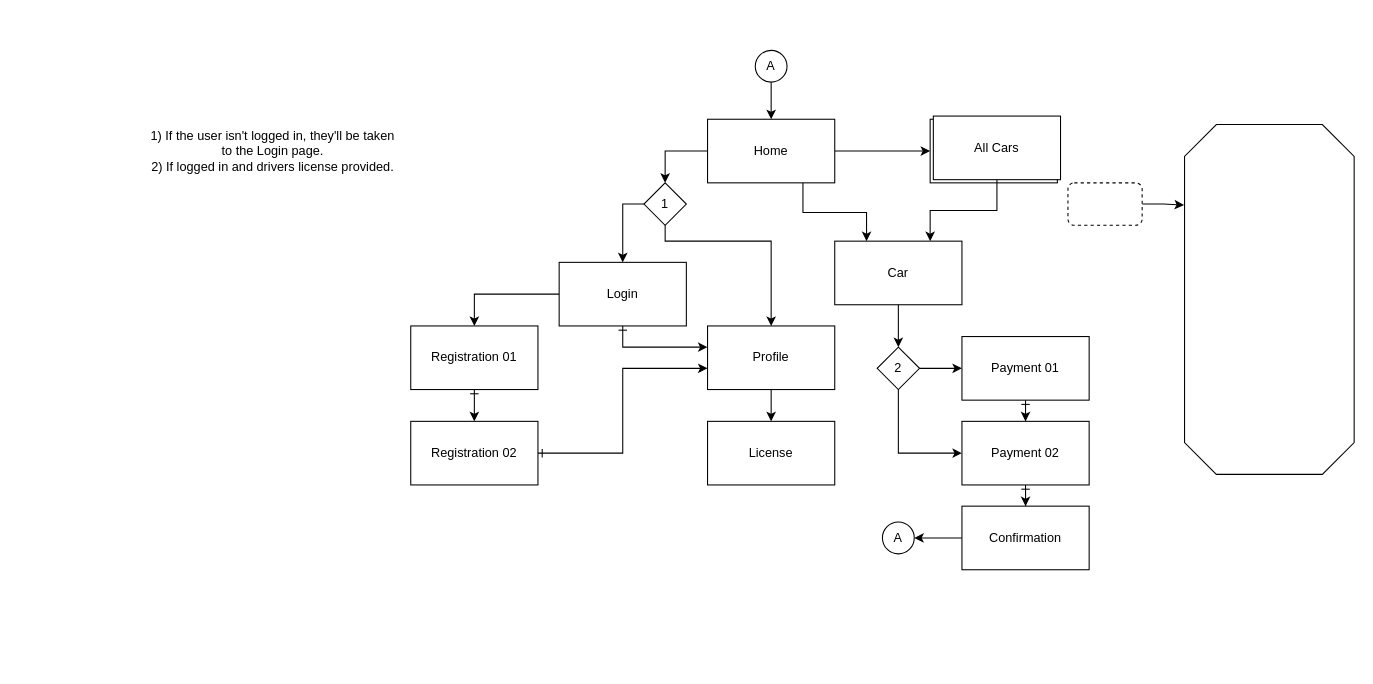
This is documentation/navigation.drawio from lilybw/MSD-GR6-REACT-NATIVE, a draw.io file, before an edit. Source tidied: cells renumbered, new cells numbered last; positions are measured from the earlier drawing's top-left corner, leaving out a move shared by most shapes. Both pictures are drawn from the tidied source at 106%, with x=0, y=0 at pixel (145, 50).
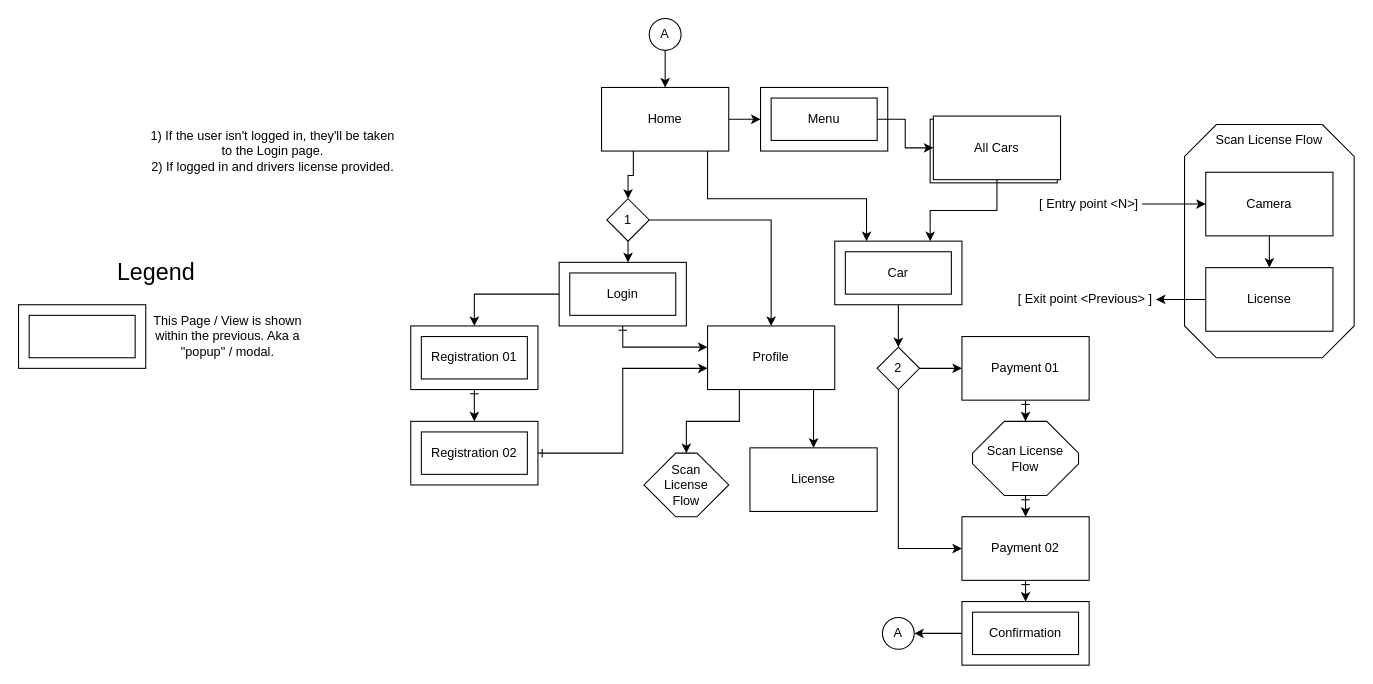
After the change.

Commit message:
So far so good

Unchanged cells that the change refers to:
```xml
<mxCell id="15" value="Profile" style="rounded=0;whiteSpace=wrap;html=1;" parent="1" vertex="1">
  <mxGeometry x="530" y="260" width="120" height="60" as="geometry" />
</mxCell>
<mxCell id="20" value="All Cars" style="rounded=0;whiteSpace=wrap;html=1;" parent="1" vertex="1">
  <mxGeometry x="740" y="65" width="120" height="60" as="geometry" />
</mxCell>
<mxCell id="22" value="All Cars" style="rounded=0;whiteSpace=wrap;html=1;" parent="1" vertex="1">
  <mxGeometry x="743" y="62" width="120" height="60" as="geometry" />
</mxCell>
<mxCell id="24" value="Car" style="rounded=0;whiteSpace=wrap;html=1;" parent="1" vertex="1">
  <mxGeometry x="650" y="180" width="120" height="60" as="geometry" />
</mxCell>
<mxCell id="27" value="2" style="rhombus;whiteSpace=wrap;html=1;" parent="1" vertex="1">
  <mxGeometry x="690" y="280" width="40" height="40" as="geometry" />
</mxCell>
<mxCell id="29" value="Payment 01" style="rounded=0;whiteSpace=wrap;html=1;" parent="1" vertex="1">
  <mxGeometry x="770" y="270" width="120" height="60" as="geometry" />
</mxCell>
```

What changed in the source:
```diff
@@
     <mxCell id="2" style="edgeStyle=orthogonalEdgeStyle;rounded=0;jettySize=auto;html=1;entryX=0.5;entryY=0;entryDx=0;entryDy=0;" parent="1" edge="1" source="5" target="8">
-      <mxGeometry relative="1" as="geometry" />
+      <mxGeometry relative="1" as="geometry">
+        <Array as="points">
+          <mxPoint x="460" y="118" />
+          <mxPoint x="455" y="118" />
+        </Array>
+      </mxGeometry>
     </mxCell>
-    <mxCell id="3" style="edgeStyle=orthogonalEdgeStyle;rounded=0;jettySize=auto;html=1;" parent="1" edge="1" source="5" target="20">
+    <mxCell id="3" style="edgeStyle=orthogonalEdgeStyle;rounded=0;jettySize=auto;html=1;entryX=0;entryY=0.5;entryDx=0;entryDy=0;" parent="1" edge="1" source="5" target="52">
       <mxGeometry relative="1" as="geometry" />
     </mxCell>
     <mxCell id="4" style="edgeStyle=orthogonalEdgeStyle;rounded=0;jettySize=auto;html=1;" parent="1" edge="1" source="5" target="24">
       <mxGeometry relative="1" as="geometry">
         <Array as="points">
-          <mxPoint x="620" y="153" />
-          <mxPoint x="680" y="153" />
+          <mxPoint x="530" y="140" />
+          <mxPoint x="680" y="140" />
         </Array>
       </mxGeometry>
     </mxCell>
     <mxCell id="5" value="Home" style="rounded=0;whiteSpace=wrap;html=1;" parent="1" vertex="1">
-      <mxGeometry x="530" y="65" width="120" height="60" as="geometry" />
+      <mxGeometry x="430" y="35" width="120" height="60" as="geometry" />
     </mxCell>
     <mxCell id="6" style="edgeStyle=orthogonalEdgeStyle;rounded=0;jettySize=auto;html=1;" parent="1" edge="1" source="8" target="15">
       <mxGeometry relative="1" as="geometry">
         <Array as="points">
-          <mxPoint x="490" y="180" />
-          <mxPoint x="590" y="180" />
+          <mxPoint x="590" y="160" />
         </Array>
       </mxGeometry>
     </mxCell>
@@
     <mxCell id="8" value="1" style="rhombus;whiteSpace=wrap;html=1;" parent="1" vertex="1">
-      <mxGeometry x="470" y="125" width="40" height="40" as="geometry" />
+      <mxGeometry x="435" y="140" width="40" height="40" as="geometry" />
     </mxCell>
@@
     <mxCell id="14" style="edgeStyle=orthogonalEdgeStyle;rounded=0;jettySize=auto;html=1;" parent="1" edge="1" source="15" target="16">
-      <mxGeometry relative="1" as="geometry" />
+      <mxGeometry relative="1" as="geometry">
+        <Array as="points">
+          <mxPoint x="630" y="330" />
+          <mxPoint x="630" y="330" />
+        </Array>
+      </mxGeometry>
     </mxCell>
+    <mxCell id="40" style="edgeStyle=orthogonalEdgeStyle;rounded=0;jettySize=auto;html=1;entryX=0.5;entryY=0;entryDx=0;entryDy=0;entryPerimeter=0;" parent="1" edge="1" source="15" target="51">
+      <mxGeometry relative="1" as="geometry">
+        <Array as="points">
+          <mxPoint x="560" y="350" />
+          <mxPoint x="510" y="350" />
+        </Array>
+      </mxGeometry>
+    </mxCell>
@@
     <mxCell id="16" value="License" style="rounded=0;whiteSpace=wrap;html=1;" parent="1" vertex="1">
-      <mxGeometry x="530" y="350" width="120" height="60" as="geometry" />
+      <mxGeometry x="570" y="375" width="120" height="60" as="geometry" />
     </mxCell>
@@
     <mxCell id="26" style="edgeStyle=orthogonalEdgeStyle;rounded=0;jettySize=auto;html=1;" parent="1" edge="1" source="27" target="31">
       <mxGeometry relative="1" as="geometry">
         <Array as="points">
-          <mxPoint x="710" y="380" />
+          <mxPoint x="710" y="470" />
         </Array>
       </mxGeometry>
     </mxCell>
@@
-    <mxCell id="28" style="edgeStyle=orthogonalEdgeStyle;rounded=0;jettySize=auto;html=1;startArrow=ERone;startFill=0;" parent="1" edge="1" source="29" target="31">
+    <mxCell id="28" style="edgeStyle=orthogonalEdgeStyle;rounded=0;jettySize=auto;html=1;startArrow=ERone;startFill=0;" parent="1" edge="1" source="50" target="31">
       <mxGeometry relative="1" as="geometry" />
     </mxCell>
@@
     <mxCell id="31" value="Payment 02" style="rounded=0;whiteSpace=wrap;html=1;" parent="1" vertex="1">
-      <mxGeometry x="770" y="350" width="120" height="60" as="geometry" />
+      <mxGeometry x="770" y="440" width="120" height="60" as="geometry" />
     </mxCell>
@@
     <mxCell id="33" value="Confirmation" style="whiteSpace=wrap;html=1;rounded=0;" parent="1" vertex="1">
-      <mxGeometry x="770" y="430" width="120" height="60" as="geometry" />
+      <mxGeometry x="770" y="520" width="120" height="60" as="geometry" />
     </mxCell>
@@
     <mxCell id="35" value="A" style="ellipse;whiteSpace=wrap;html=1;" parent="1" vertex="1">
-      <mxGeometry x="575" width="30" height="30" as="geometry" />
+      <mxGeometry x="475" y="-30" width="30" height="30" as="geometry" />
     </mxCell>
     <mxCell id="36" value="A" style="ellipse;whiteSpace=wrap;html=1;" parent="1" vertex="1">
-      <mxGeometry x="695" y="445" width="30" height="30" as="geometry" />
+      <mxGeometry x="695" y="535" width="30" height="30" as="geometry" />
     </mxCell>
     <mxCell id="37" style="whiteSpace=wrap;html=1;shape=mxgraph.basic.octagon2;align=center;verticalAlign=middle;dx=15;" parent="1" vertex="1">
-      <mxGeometry x="980" y="70" width="160" height="330" as="geometry" />
+      <mxGeometry x="980" y="70" width="160" height="220" as="geometry" />
     </mxCell>
-    <mxCell id="38" style="edgeStyle=orthogonalEdgeStyle;rounded=0;jettySize=auto;html=1;entryX=-0.003;entryY=0.23;entryDx=0;entryDy=0;entryPerimeter=0;" parent="1" edge="1" source="39" target="37">
-      <mxGeometry relative="1" as="geometry" />
-    </mxCell>
-    <mxCell id="39" style="rounded=1;whiteSpace=wrap;html=1;dashed=1;" parent="1" vertex="1">
-      <mxGeometry x="870" y="125" width="70" height="40" as="geometry" />
-    </mxCell>
+    <mxCell id="41" style="edgeStyle=orthogonalEdgeStyle;rounded=0;jettySize=auto;html=1;" parent="1" edge="1" source="42" target="45">
+      <mxGeometry relative="1" as="geometry" />
+    </mxCell>
+    <mxCell id="42" value="[ Entry point &amp;lt;N&amp;gt;]" style="text;html=1;strokeColor=none;fillColor=none;align=center;verticalAlign=middle;whiteSpace=wrap;rounded=0;" parent="1" vertex="1">
+      <mxGeometry x="840" y="130" width="100" height="30" as="geometry" />
+    </mxCell>
+    <mxCell id="43" value="Scan License Flow" style="text;html=1;strokeColor=none;fillColor=none;align=center;verticalAlign=middle;whiteSpace=wrap;rounded=0;" parent="1" vertex="1">
+      <mxGeometry x="995" y="70" width="130" height="30" as="geometry" />
+    </mxCell>
+    <mxCell id="44" style="edgeStyle=orthogonalEdgeStyle;rounded=0;jettySize=auto;html=1;" parent="1" edge="1" source="45" target="47">
+      <mxGeometry relative="1" as="geometry" />
+    </mxCell>
+    <mxCell id="45" value="Camera" style="rounded=0;whiteSpace=wrap;html=1;" parent="1" vertex="1">
+      <mxGeometry x="1000" y="115" width="120" height="60" as="geometry" />
+    </mxCell>
+    <mxCell id="46" style="edgeStyle=orthogonalEdgeStyle;rounded=0;jettySize=auto;html=1;" parent="1" edge="1" source="47" target="48">
+      <mxGeometry relative="1" as="geometry" />
+    </mxCell>
+    <mxCell id="47" value="License" style="rounded=0;whiteSpace=wrap;html=1;" parent="1" vertex="1">
+      <mxGeometry x="1000" y="205" width="120" height="60" as="geometry" />
+    </mxCell>
+    <mxCell id="48" value="[ Exit point &amp;lt;Previous&amp;gt; ]" style="text;html=1;strokeColor=none;fillColor=none;align=center;verticalAlign=middle;whiteSpace=wrap;rounded=0;" parent="1" vertex="1">
+      <mxGeometry x="820" y="220" width="133" height="30" as="geometry" />
+    </mxCell>
+    <mxCell id="49" style="edgeStyle=orthogonalEdgeStyle;rounded=0;jettySize=auto;html=1;startArrow=ERone;startFill=0;" parent="1" edge="1" source="29" target="50">
+      <mxGeometry relative="1" as="geometry" />
+    </mxCell>
+    <mxCell id="50" value="Scan License&lt;br&gt;Flow" style="whiteSpace=wrap;html=1;shape=mxgraph.basic.octagon2;align=center;verticalAlign=middle;dx=15;" parent="1" vertex="1">
+      <mxGeometry x="780" y="350" width="100" height="70" as="geometry" />
+    </mxCell>
+    <mxCell id="51" value="Scan &lt;br&gt;License&lt;br&gt;Flow" style="whiteSpace=wrap;html=1;shape=mxgraph.basic.octagon2;align=center;verticalAlign=middle;dx=15;" parent="1" vertex="1">
+      <mxGeometry x="470" y="380" width="80" height="60" as="geometry" />
+    </mxCell>
+    <mxCell id="52" value="Menu" style="rounded=0;whiteSpace=wrap;html=1;" parent="1" vertex="1">
+      <mxGeometry x="580" y="35" width="120" height="60" as="geometry" />
+    </mxCell>
+    <mxCell id="53" style="rounded=0;whiteSpace=wrap;html=1;fillColor=none;" parent="1" vertex="1">
+      <mxGeometry x="400" y="210" width="100" height="40" as="geometry" />
+    </mxCell>
+    <mxCell id="54" style="rounded=0;whiteSpace=wrap;html=1;" parent="1" vertex="1">
+      <mxGeometry x="-120" y="240" width="120" height="60" as="geometry" />
+    </mxCell>
+    <mxCell id="55" style="rounded=0;whiteSpace=wrap;html=1;fillColor=none;" parent="1" vertex="1">
+      <mxGeometry x="-110" y="250" width="100" height="40" as="geometry" />
+    </mxCell>
+    <mxCell id="56" style="rounded=0;whiteSpace=wrap;html=1;fillColor=none;" parent="1" vertex="1">
+      <mxGeometry x="260" y="270" width="100" height="40" as="geometry" />
+    </mxCell>
+    <mxCell id="57" style="rounded=0;whiteSpace=wrap;html=1;fillColor=none;" parent="1" vertex="1">
+      <mxGeometry x="260" y="360" width="100" height="40" as="geometry" />
+    </mxCell>
+    <mxCell id="58" value="&lt;font style=&quot;font-size: 22px;&quot;&gt;Legend&lt;/font&gt;" style="text;html=1;strokeColor=none;fillColor=none;align=center;verticalAlign=middle;whiteSpace=wrap;rounded=0;" parent="1" vertex="1">
+      <mxGeometry x="-45" y="190" width="110" height="40" as="geometry" />
+    </mxCell>
+    <mxCell id="59" value="This Page / View is shown within the previous. Aka a &quot;popup&quot; / modal." style="text;html=1;strokeColor=none;fillColor=none;align=center;verticalAlign=middle;whiteSpace=wrap;rounded=0;" parent="1" vertex="1">
+      <mxGeometry x="5" y="240" width="145" height="60" as="geometry" />
+    </mxCell>
+    <mxCell id="60" style="rounded=0;whiteSpace=wrap;html=1;fillColor=none;" parent="1" vertex="1">
+      <mxGeometry x="660" y="190" width="100" height="40" as="geometry" />
+    </mxCell>
+    <mxCell id="61" style="edgeStyle=orthogonalEdgeStyle;rounded=0;jettySize=auto;html=1;" parent="1" edge="1" source="62" target="22">
+      <mxGeometry relative="1" as="geometry" />
+    </mxCell>
+    <mxCell id="62" style="rounded=0;whiteSpace=wrap;html=1;fillColor=none;" parent="1" vertex="1">
+      <mxGeometry x="590" y="45" width="100" height="40" as="geometry" />
+    </mxCell>
+    <mxCell id="63" style="rounded=0;whiteSpace=wrap;html=1;fillColor=none;" parent="1" vertex="1">
+      <mxGeometry x="780" y="530" width="100" height="40" as="geometry" />
+    </mxCell>
```
